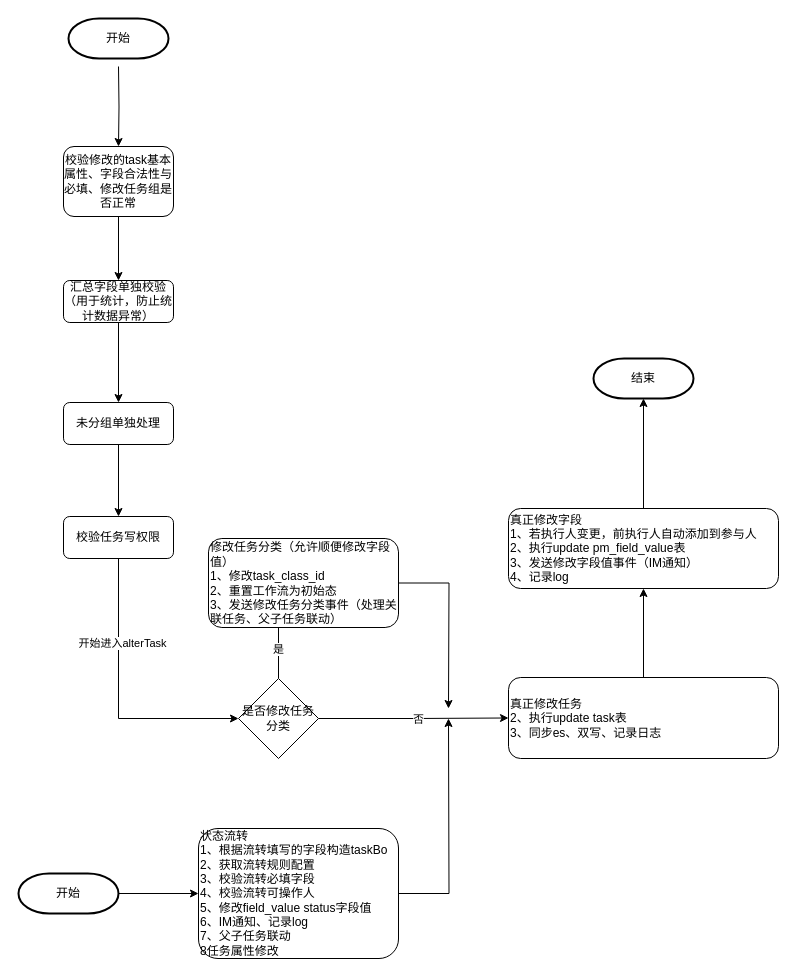
Earlier version of the draw.io diagram page "第 4 页" (4 of 4) of 新建任务分类.drawio (weizp-a/java8-tutorial). Source tidied: cells renumbered, new cells numbered last; positions are measured from the earlier drawing's top-left corner, leaving out a move shared by most shapes. Both pictures are drawn from the tidied source at 100%, with x=0, y=0 at pixel (18, 18).
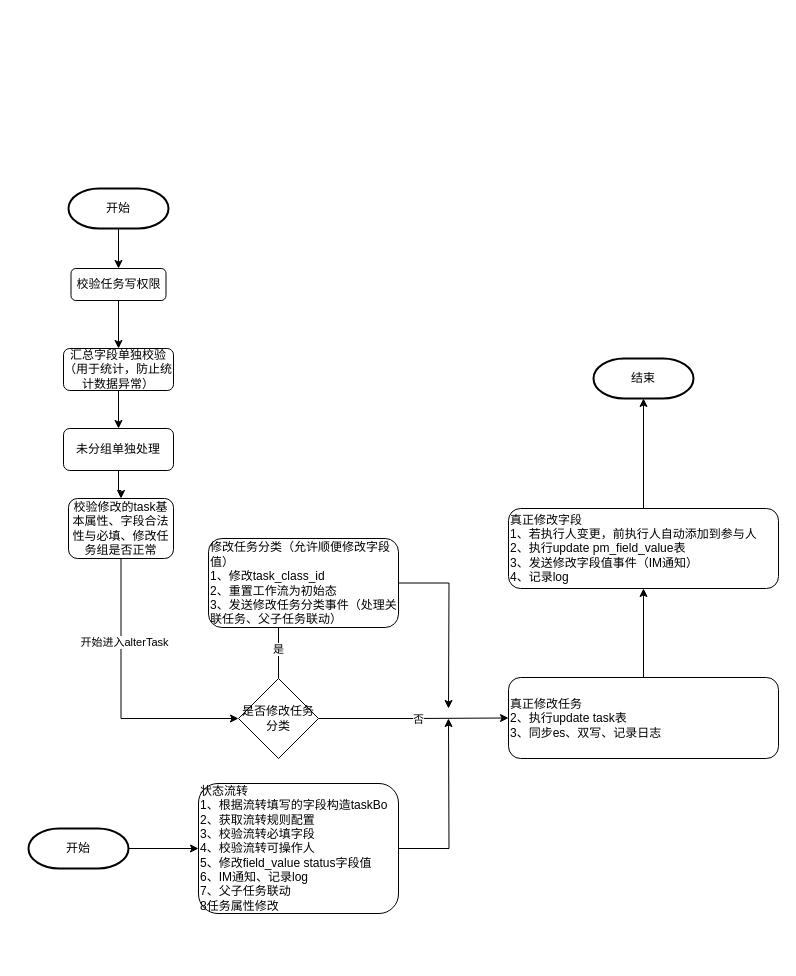
The same page after the edit.

Change to the diagram source:
```diff
@@
     <mxCell id="3" value="状态流转&lt;br&gt;1、根据流转填写的字段构造taskBo&lt;br&gt;2、获取流转规则配置&lt;br&gt;3、校验流转必填字段&lt;br&gt;4、校验流转可操作人&lt;br&gt;5、修改field_value status字段值&lt;br&gt;6、IM通知、记录log&lt;br&gt;7、父子任务联动&lt;br&gt;8任务属性修改" style="rounded=1;whiteSpace=wrap;html=1;align=left;" parent="1" vertex="1">
-      <mxGeometry x="180" y="810" width="200" height="130" as="geometry" />
+      <mxGeometry x="180" y="765" width="200" height="130" as="geometry" />
     </mxCell>
@@
-    <mxCell id="14" value="开始" style="strokeWidth=2;html=1;shape=mxgraph.flowchart.terminator;whiteSpace=wrap;" parent="1" vertex="1">
-      <mxGeometry x="50" width="100" height="40" as="geometry" />
-    </mxCell>
-    <mxCell id="15" style="edgeStyle=orthogonalEdgeStyle;rounded=0;jettySize=auto;html=1;" parent="1" edge="1" target="16">
-      <mxGeometry relative="1" as="geometry">
-        <mxPoint x="100" y="48" as="sourcePoint" />
-      </mxGeometry>
+    <mxCell id="15" style="edgeStyle=orthogonalEdgeStyle;rounded=0;jettySize=auto;html=1;" parent="1" edge="1" source="14" target="16">
+      <mxGeometry relative="1" as="geometry" />
     </mxCell>
-    <mxCell id="16" value="校验修改的task基本属性、字段合法性与必填、修改任务组是否正常" style="rounded=1;whiteSpace=wrap;html=1;" parent="1" vertex="1">
-      <mxGeometry x="45" y="128" width="110" height="70" as="geometry" />
+    <mxCell id="16" value="校验任务写权限" style="rounded=1;whiteSpace=wrap;html=1;" parent="1" vertex="1">
+      <mxGeometry x="52.5" y="250" width="95" height="32" as="geometry" />
     </mxCell>
     <mxCell id="17" value="汇总字段单独校验（用于统计，防止统计数据异常）" style="rounded=1;whiteSpace=wrap;html=1;" parent="1" vertex="1">
-      <mxGeometry x="45" y="262" width="110" height="42" as="geometry" />
+      <mxGeometry x="45" y="330" width="110" height="42" as="geometry" />
     </mxCell>
@@
     <mxCell id="19" value="未分组单独处理" style="rounded=1;whiteSpace=wrap;html=1;" parent="1" vertex="1">
-      <mxGeometry x="45" y="384" width="110" height="42" as="geometry" />
+      <mxGeometry x="45" y="410" width="110" height="42" as="geometry" />
     </mxCell>
@@
-    <mxCell id="23" value="校验任务写权限" style="rounded=1;whiteSpace=wrap;html=1;" parent="1" vertex="1">
-      <mxGeometry x="45" y="498" width="110" height="42" as="geometry" />
+    <mxCell id="23" value="校验修改的task基本属性、字段合法性与必填、修改任务组是否正常" style="rounded=1;whiteSpace=wrap;html=1;" parent="1" vertex="1">
+      <mxGeometry x="50" y="480" width="105" height="60" as="geometry" />
     </mxCell>
@@
     <mxCell id="26" value="开始" style="strokeWidth=2;html=1;shape=mxgraph.flowchart.terminator;whiteSpace=wrap;" parent="1" vertex="1">
-      <mxGeometry y="855" width="100" height="40" as="geometry" />
+      <mxGeometry x="10" y="810" width="100" height="40" as="geometry" />
     </mxCell>
@@
+    <mxCell id="14" value="开始" style="strokeWidth=2;html=1;shape=mxgraph.flowchart.terminator;whiteSpace=wrap;" parent="1" vertex="1">
+      <mxGeometry x="50" y="170" width="100" height="40" as="geometry" />
+    </mxCell>
```
